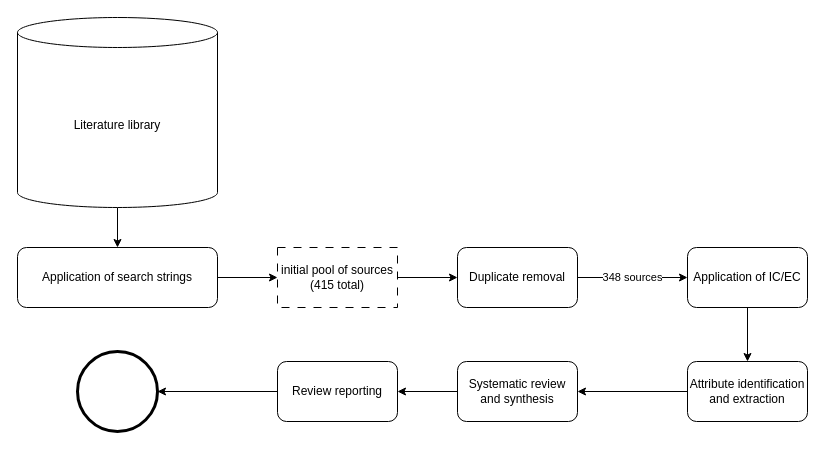
MattiaRiola/thesis keeps this draw.io diagram as Systematic literature review.drawio. Above is the earlier version. Source tidied: cells renumbered, new cells numbered last; positions are measured from the earlier drawing's top-left corner, leaving out a move shared by most shapes. Both pictures are drawn from the tidied source at 100%, with x=0, y=0 at pixel (17, 17).
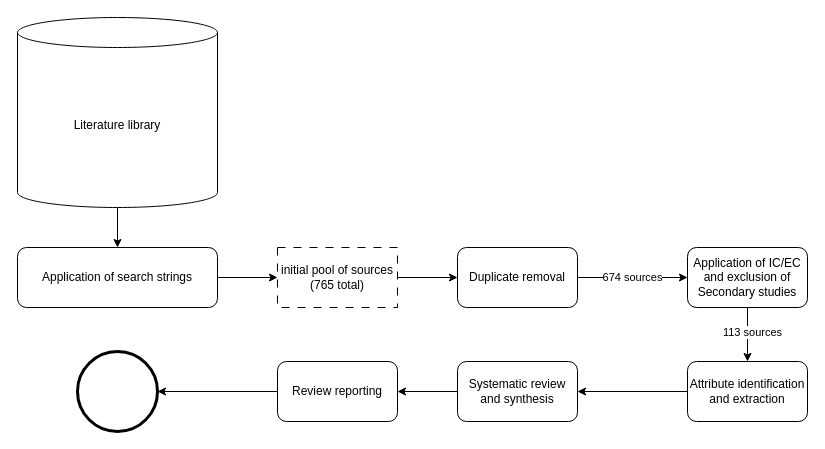
The same diagram, later.

Change to the diagram source:
```diff
@@
 <mxGraphModel>
   <root>
     <mxCell id="0" />
     <mxCell id="1" parent="0" />
     <mxCell id="2" style="edgeStyle=orthogonalEdgeStyle;rounded=0;jettySize=auto;html=1;" parent="1" edge="1" source="3" target="5">
       <mxGeometry relative="1" as="geometry" />
     </mxCell>
     <mxCell id="3" value="Literature library" style="shape=cylinder3;whiteSpace=wrap;html=1;boundedLbl=1;backgroundOutline=1;size=15;" parent="1" vertex="1">
       <mxGeometry width="200" height="190" as="geometry" />
     </mxCell>
     <mxCell id="4" style="edgeStyle=orthogonalEdgeStyle;rounded=0;jettySize=auto;html=1;" parent="1" edge="1" source="5" target="7">
       <mxGeometry relative="1" as="geometry" />
     </mxCell>
     <mxCell id="5" value="Application of search strings" style="rounded=1;whiteSpace=wrap;html=1;" parent="1" vertex="1">
       <mxGeometry y="230" width="200" height="60" as="geometry" />
     </mxCell>
     <mxCell id="6" style="edgeStyle=orthogonalEdgeStyle;rounded=0;jettySize=auto;html=1;" parent="1" edge="1" source="7" target="9">
       <mxGeometry relative="1" as="geometry" />
     </mxCell>
-    <mxCell id="7" value="initial pool of sources&lt;br&gt;(415 total)" style="rounded=0;whiteSpace=wrap;html=1;dashed=1;dashPattern=8 8;" parent="1" vertex="1">
+    <mxCell id="7" value="initial pool of sources&lt;br&gt;(765 total)" style="rounded=0;whiteSpace=wrap;html=1;dashed=1;dashPattern=8 8;" parent="1" vertex="1">
       <mxGeometry x="260" y="230" width="120" height="60" as="geometry" />
     </mxCell>
-    <mxCell id="8" value="348 sources" style="edgeStyle=orthogonalEdgeStyle;rounded=0;jettySize=auto;html=1;" parent="1" edge="1" source="9" target="11">
+    <mxCell id="8" value="674 sources" style="edgeStyle=orthogonalEdgeStyle;rounded=0;jettySize=auto;html=1;" parent="1" edge="1" source="9" target="11">
       <mxGeometry relative="1" as="geometry" />
     </mxCell>
     <mxCell id="9" value="Duplicate removal" style="rounded=1;whiteSpace=wrap;html=1;" parent="1" vertex="1">
       <mxGeometry x="440" y="230" width="120" height="60" as="geometry" />
     </mxCell>
     <mxCell id="10" style="edgeStyle=orthogonalEdgeStyle;rounded=0;jettySize=auto;html=1;" parent="1" edge="1" source="11" target="13">
       <mxGeometry relative="1" as="geometry" />
     </mxCell>
+    <mxCell id="19" value="113 sources" style="edgeLabel;html=1;align=center;verticalAlign=middle;" parent="10" vertex="1">
+      <mxGeometry x="-0.11" y="4" relative="1" as="geometry" />
+    </mxCell>
-    <mxCell id="11" value="Application of IC/EC" style="rounded=1;whiteSpace=wrap;html=1;" parent="1" vertex="1">
+    <mxCell id="11" value="Application of IC/EC and exclusion of Secondary studies" style="rounded=1;whiteSpace=wrap;html=1;" parent="1" vertex="1">
       <mxGeometry x="670" y="230" width="120" height="60" as="geometry" />
     </mxCell>
     <mxCell id="12" style="edgeStyle=orthogonalEdgeStyle;rounded=0;jettySize=auto;html=1;" parent="1" edge="1" source="13" target="15">
       <mxGeometry relative="1" as="geometry" />
     </mxCell>
     <mxCell id="13" value="Attribute identification and extraction" style="rounded=1;whiteSpace=wrap;html=1;" parent="1" vertex="1">
       <mxGeometry x="670" y="344" width="120" height="60" as="geometry" />
     </mxCell>
     <mxCell id="14" style="edgeStyle=orthogonalEdgeStyle;rounded=0;jettySize=auto;html=1;" parent="1" edge="1" source="15" target="17">
       <mxGeometry relative="1" as="geometry" />
     </mxCell>
     <mxCell id="15" value="Systematic review and synthesis" style="whiteSpace=wrap;html=1;rounded=1;" parent="1" vertex="1">
       <mxGeometry x="440" y="344" width="120" height="60" as="geometry" />
     </mxCell>
     <mxCell id="16" style="edgeStyle=orthogonalEdgeStyle;rounded=0;jettySize=auto;html=1;" parent="1" edge="1" source="17" target="18">
       <mxGeometry relative="1" as="geometry" />
     </mxCell>
     <mxCell id="17" value="Review reporting" style="whiteSpace=wrap;html=1;rounded=1;" parent="1" vertex="1">
       <mxGeometry x="260" y="344" width="120" height="60" as="geometry" />
     </mxCell>
     <mxCell id="18" style="points=[[0.145,0.145,0],[0.5,0,0],[0.855,0.145,0],[1,0.5,0],[0.855,0.855,0],[0.5,1,0],[0.145,0.855,0],[0,0.5,0]];shape=mxgraph.bpmn.event;html=1;verticalLabelPosition=bottom;labelBackgroundColor=#ffffff;verticalAlign=top;align=center;perimeter=ellipsePerimeter;outlineConnect=0;outline=end;symbol=terminate2;" parent="1" vertex="1">
       <mxGeometry x="60" y="334" width="80" height="80" as="geometry" />
     </mxCell>
   </root>
 </mxGraphModel>
```
